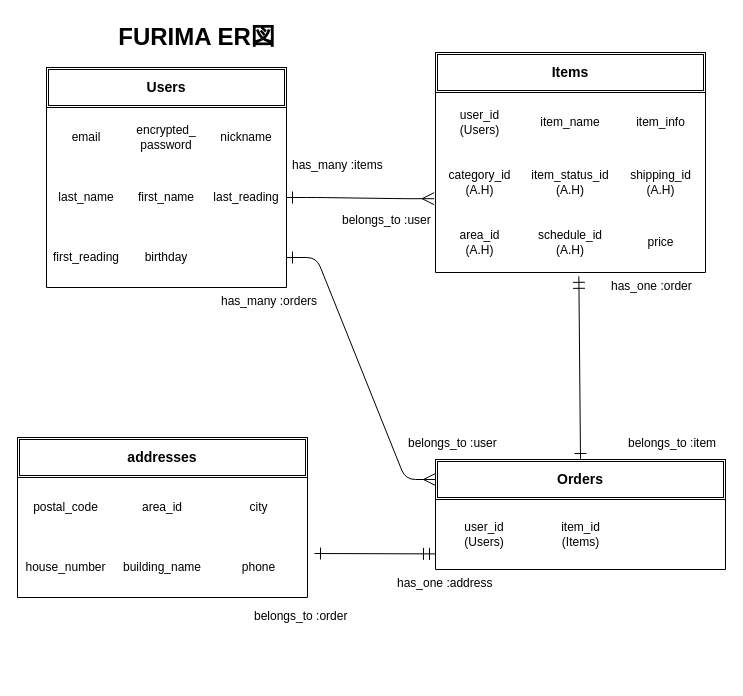
This is er.dio from 27kan/furima-34276, a draw.io file, before an edit. Source tidied: cells renumbered, new cells numbered last; positions are measured from the earlier drawing's top-left corner, leaving out a move shared by most shapes. Both pictures are drawn from the tidied source at 100%, with x=0, y=0 at pixel (17, 17).
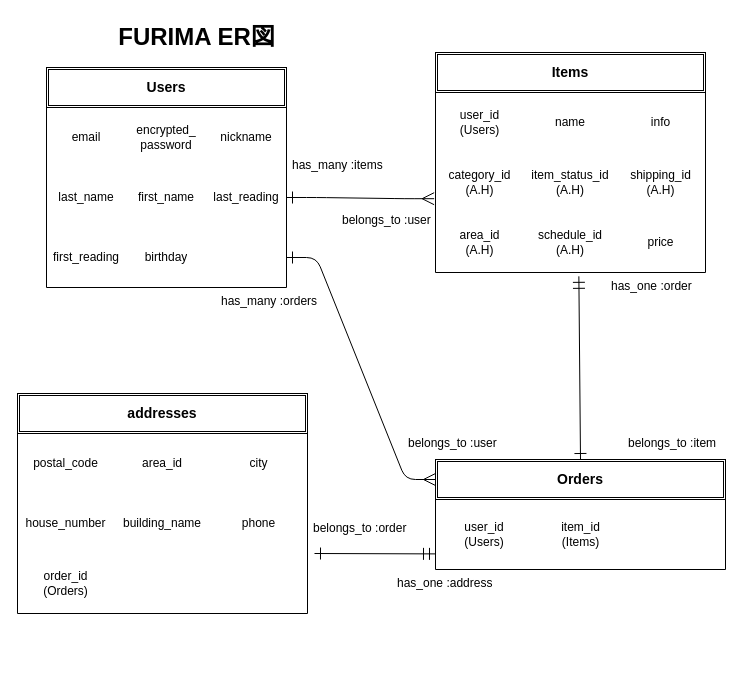
After the change.

The change refers to these unchanged cells:
```xml
<mxCell id="22" style="shape=partialRectangle;html=1;whiteSpace=wrap;fillColor=none;top=0;left=0;bottom=0;right=0;" parent="21" vertex="1">
  <mxGeometry width="270" height="60" as="geometry" />
</mxCell>
```

What changed in the source:
```diff
@@
-    <mxCell id="24" value="item_name" style="shape=partialRectangle;html=1;whiteSpace=wrap;fillColor=none;top=0;left=0;bottom=0;right=0;overflow=hidden;" parent="22" vertex="1">
+    <mxCell id="24" value="name" style="shape=partialRectangle;html=1;whiteSpace=wrap;fillColor=none;top=0;left=0;bottom=0;right=0;overflow=hidden;" parent="22" vertex="1">
       <mxGeometry x="89" width="92" height="60" as="geometry" />
     </mxCell>
-    <mxCell id="25" value="item_info" style="shape=partialRectangle;html=1;whiteSpace=wrap;fillColor=none;top=0;left=0;bottom=0;right=0;overflow=hidden;" parent="22" vertex="1">
+    <mxCell id="25" value="info" style="shape=partialRectangle;html=1;whiteSpace=wrap;fillColor=none;top=0;left=0;bottom=0;right=0;overflow=hidden;" parent="22" vertex="1">
       <mxGeometry x="181" width="89" height="60" as="geometry" />
     </mxCell>
@@
     <mxCell id="49" style="group;" parent="1" vertex="1">
-      <mxGeometry y="420" width="343" height="220" as="geometry" />
+      <mxGeometry y="376" width="402" height="220" as="geometry" />
     </mxCell>
     <mxCell id="50" style="shape=table;html=1;whiteSpace=wrap;startSize=0;childLayout=tableLayout;columnLines=0;rowLines=0;" parent="49" vertex="1">
-      <mxGeometry y="40" width="290" height="120" as="geometry" />
+      <mxGeometry y="40" width="290" height="180" as="geometry" />
     </mxCell>
@@
+    <mxCell id="63" style="shape=partialRectangle;html=1;whiteSpace=wrap;fillColor=none;top=0;left=0;bottom=0;right=0;" parent="50" vertex="1">
+      <mxGeometry y="120" width="290" height="60" as="geometry" />
+    </mxCell>
+    <mxCell id="64" value="order_id&lt;br&gt;(Orders)" style="shape=partialRectangle;html=1;whiteSpace=wrap;fillColor=none;top=0;left=0;bottom=0;right=0;overflow=hidden;" parent="63" vertex="1">
+      <mxGeometry width="97" height="60" as="geometry" />
+    </mxCell>
+    <mxCell id="65" style="shape=partialRectangle;html=1;whiteSpace=wrap;fillColor=none;top=0;left=0;bottom=0;right=0;overflow=hidden;" parent="63" vertex="1">
+      <mxGeometry x="97" width="96" height="60" as="geometry" />
+    </mxCell>
+    <mxCell id="66" style="shape=partialRectangle;html=1;whiteSpace=wrap;fillColor=none;top=0;left=0;bottom=0;right=0;overflow=hidden;" parent="63" vertex="1">
+      <mxGeometry x="193" width="97" height="60" as="geometry" />
+    </mxCell>
@@
     <mxCell id="60" value="belongs_to :order" style="text;strokeColor=none;fillColor=none;spacingLeft=4;spacingRight=4;overflow=hidden;fontSize=12;fontStyle=0;" parent="49" vertex="1">
-      <mxGeometry x="231" y="165" width="112" height="30" as="geometry" />
+      <mxGeometry x="290" y="121" width="112" height="30" as="geometry" />
     </mxCell>
```
